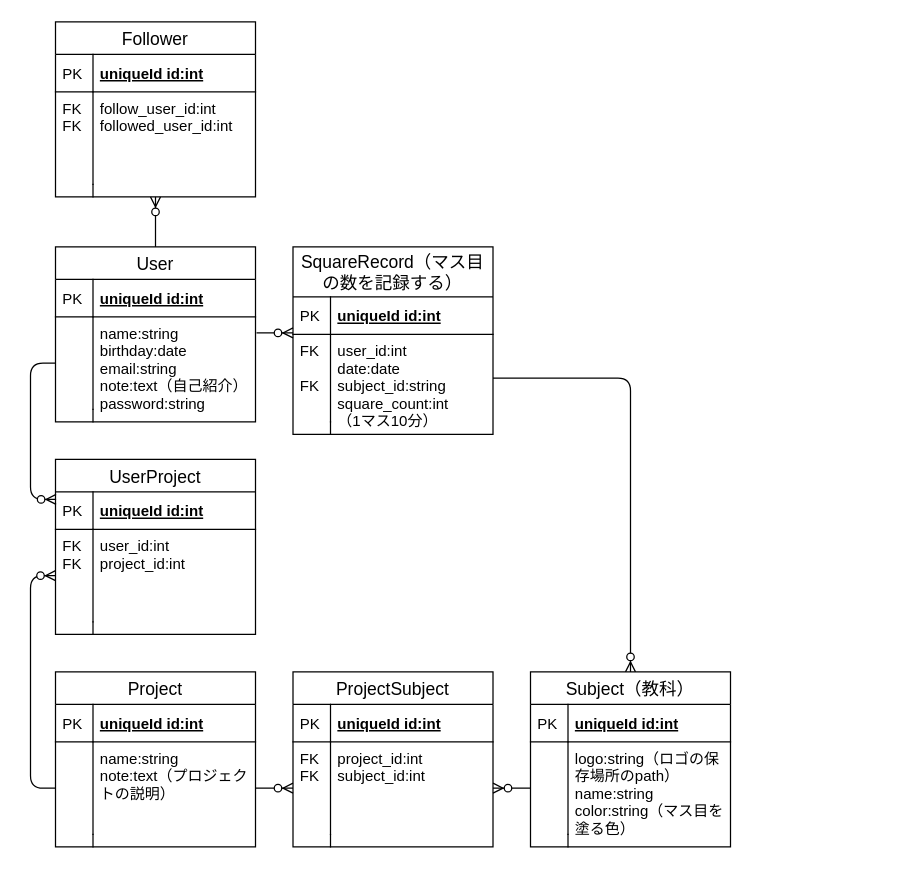
Above: draw.io/er.drawio in paraizo2424/codebase-hackathon-vol1-team-colors (draw.io), before the change. Source tidied: cells renumbered, new cells numbered last; positions are measured from the earlier drawing's top-left corner, leaving out a move shared by most shapes. Both pictures are drawn from the tidied source at 125%, with x=0, y=0 at pixel (55, 21).
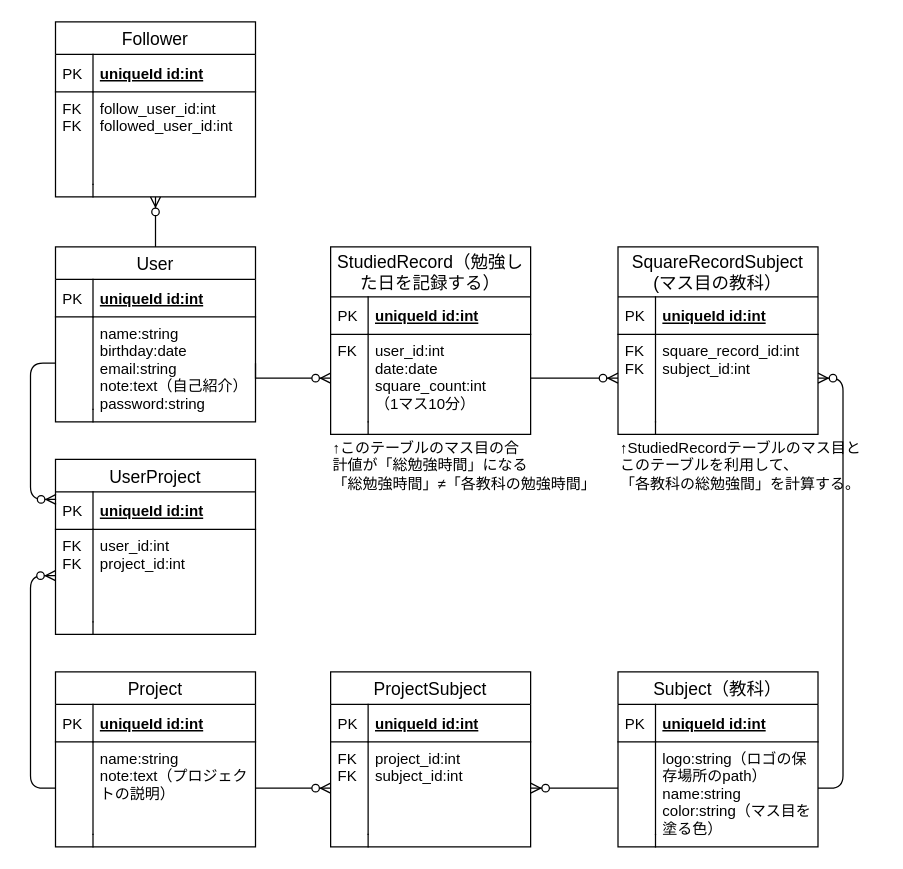
Above is the later version.

Commit message:
複数の教科を同時に選択した場合の勉強時間を記録する

The change refers to these unchanged cells:
```xml
<mxCell id="12" value="name:string&#10;birthday:date&#10;email:string&#10;note:text（自己紹介）&#10;password:string&#10;" style="shape=partialRectangle;top=0;left=0;right=0;bottom=0;align=left;verticalAlign=top;fillColor=none;spacingLeft=34;spacingRight=4;overflow=hidden;points=[[0,0.5],[1,0.5]];portConstraint=eastwest;fontSize=12;" parent="9" vertex="1">
  <mxGeometry y="56" width="160" height="74" as="geometry" />
</mxCell>
<mxCell id="40" value="logo:string（ロゴの保&#10;存場所のpath）&#10;name:string&#10;color:string（マス目を&#10;塗る色）" style="shape=partialRectangle;top=0;left=0;right=0;bottom=0;align=left;verticalAlign=top;fillColor=none;spacingLeft=34;spacingRight=4;overflow=hidden;points=[[0,0.5],[1,0.5]];portConstraint=eastwest;fontSize=12;" parent="37" vertex="1">
  <mxGeometry y="56" width="160" height="74" as="geometry" />
</mxCell>
```

Diff of the diagram source:
```diff
@@
-    <mxCell id="2" style="edgeStyle=orthogonalEdgeStyle;fontSize=12;html=1;endArrow=ERzeroToMany;endFill=1;exitX=1.005;exitY=0.173;exitDx=0;exitDy=0;exitPerimeter=0;elbow=vertical;rounded=1;entryX=0;entryY=0.96;entryDx=0;entryDy=0;entryPerimeter=0;" parent="1" edge="1" source="12" target="45">
-      <mxGeometry relative="1" as="geometry" />
+    <mxCell id="2" style="edgeStyle=orthogonalEdgeStyle;fontSize=12;html=1;endArrow=ERzeroToMany;endFill=1;exitX=1;exitY=0.5;exitDx=0;exitDy=0;elbow=vertical;rounded=0;" parent="1" edge="1" source="12" target="61">
+      <mxGeometry relative="1" as="geometry">
+        <Array as="points">
+          <mxPoint x="160" y="285" />
+        </Array>
+      </mxGeometry>
     </mxCell>
@@
-    <mxCell id="6" style="edgeStyle=orthogonalEdgeStyle;rounded=1;jettySize=auto;html=1;entryX=0.5;entryY=0;entryDx=0;entryDy=0;endArrow=ERzeroToMany;endFill=1;" parent="1" edge="1" source="47" target="37">
-      <mxGeometry relative="1" as="geometry" />
-    </mxCell>
@@
+    <mxCell id="51" value="Follower" style="swimlane;fontStyle=0;horizontal=1;startSize=26;align=center;fontSize=14;" parent="1" vertex="1">
+      <mxGeometry x="-0.1" width="160" height="140" as="geometry" />
+    </mxCell>
+    <mxCell id="52" value="uniqueId id:int" style="shape=partialRectangle;top=0;left=0;right=0;bottom=1;align=left;verticalAlign=middle;fillColor=none;spacingLeft=34;spacingRight=4;overflow=hidden;fontStyle=5;fontSize=12;" parent="51" vertex="1">
+      <mxGeometry y="26" width="160" height="30" as="geometry" />
+    </mxCell>
+    <mxCell id="53" value="PK" style="shape=partialRectangle;top=0;left=0;bottom=0;fillColor=none;align=left;verticalAlign=middle;spacingLeft=4;spacingRight=4;overflow=hidden;fontSize=12;" parent="52" vertex="1">
+      <mxGeometry width="30" height="30" as="geometry" />
+    </mxCell>
+    <mxCell id="54" value="follow_user_id:int&#10;followed_user_id:int" style="shape=partialRectangle;top=0;left=0;right=0;bottom=0;align=left;verticalAlign=top;fillColor=none;spacingLeft=34;spacingRight=4;overflow=hidden;fontSize=12;" parent="51" vertex="1">
+      <mxGeometry y="56" width="160" height="74" as="geometry" />
+    </mxCell>
+    <mxCell id="55" value="FK&#10;FK" style="shape=partialRectangle;top=0;left=0;bottom=0;fillColor=none;align=left;verticalAlign=top;spacingLeft=4;spacingRight=4;overflow=hidden;fontSize=12;" parent="54" vertex="1">
+      <mxGeometry width="30" height="74" as="geometry" />
+    </mxCell>
+    <mxCell id="56" style="shape=partialRectangle;top=0;left=0;right=0;bottom=0;align=left;verticalAlign=top;fillColor=none;spacingLeft=34;spacingRight=4;overflow=hidden;fontSize=12;" parent="51" vertex="1">
+      <mxGeometry y="130" width="160" height="10" as="geometry" />
+    </mxCell>
+    <mxCell id="57" style="shape=partialRectangle;top=0;left=0;bottom=0;fillColor=none;align=left;verticalAlign=top;spacingLeft=4;spacingRight=4;overflow=hidden;fontSize=12;" parent="56" vertex="1">
+      <mxGeometry width="30" height="10" as="geometry" />
+    </mxCell>
     <mxCell id="30" value="ProjectSubject" style="swimlane;fontStyle=0;horizontal=1;startSize=26;align=center;fontSize=14;" parent="1" vertex="1">
-      <mxGeometry x="189.9" y="520" width="160" height="140" as="geometry" />
+      <mxGeometry x="220" y="520" width="160" height="140" as="geometry" />
     </mxCell>
@@
+    <mxCell id="58" value="StudiedRecord（勉強し&#10;た日を記録する）" style="swimlane;fontStyle=0;horizontal=1;startSize=40;align=center;fontSize=14;" parent="1" vertex="1">
+      <mxGeometry x="220" y="180" width="160" height="150" as="geometry" />
+    </mxCell>
+    <mxCell id="59" value="uniqueId id:int" style="shape=partialRectangle;top=0;left=0;right=0;bottom=1;align=left;verticalAlign=middle;fillColor=none;spacingLeft=34;spacingRight=4;overflow=hidden;fontStyle=5;fontSize=12;" parent="58" vertex="1">
+      <mxGeometry y="40" width="160" height="30" as="geometry" />
+    </mxCell>
+    <mxCell id="60" value="PK" style="shape=partialRectangle;top=0;left=0;bottom=0;fillColor=none;align=left;verticalAlign=middle;spacingLeft=4;spacingRight=4;overflow=hidden;fontSize=12;" parent="59" vertex="1">
+      <mxGeometry width="30" height="30" as="geometry" />
+    </mxCell>
+    <mxCell id="61" value="user_id:int&#10;date:date&#10;square_count:int&#10;（1マス10分）" style="shape=partialRectangle;top=0;left=0;right=0;bottom=0;align=left;verticalAlign=top;fillColor=none;spacingLeft=34;spacingRight=4;overflow=hidden;points=[[0,0.5],[1,0.5]];portConstraint=eastwest;fontSize=12;" parent="58" vertex="1">
+      <mxGeometry y="70" width="160" height="70" as="geometry" />
+    </mxCell>
+    <mxCell id="62" value="FK&#10;" style="shape=partialRectangle;top=0;left=0;bottom=0;fillColor=none;align=left;verticalAlign=top;spacingLeft=4;spacingRight=4;overflow=hidden;fontSize=12;" parent="61" vertex="1">
+      <mxGeometry width="30" height="70" as="geometry" />
+    </mxCell>
+    <mxCell id="63" style="shape=partialRectangle;top=0;left=0;right=0;bottom=0;align=left;verticalAlign=top;fillColor=none;spacingLeft=34;spacingRight=4;overflow=hidden;fontSize=12;" parent="58" vertex="1">
+      <mxGeometry y="140" width="160" height="10" as="geometry" />
+    </mxCell>
+    <mxCell id="64" style="shape=partialRectangle;top=0;left=0;bottom=0;fillColor=none;align=left;verticalAlign=top;spacingLeft=4;spacingRight=4;overflow=hidden;fontSize=12;" parent="63" vertex="1">
+      <mxGeometry width="30" height="10" as="geometry" />
+    </mxCell>
     <mxCell id="37" value="Subject（教科）" style="swimlane;fontStyle=0;horizontal=1;startSize=26;align=center;fontSize=14;" parent="1" vertex="1">
-      <mxGeometry x="379.9" y="520" width="160" height="140" as="geometry" />
+      <mxGeometry x="449.9" y="520" width="160" height="140" as="geometry" />
     </mxCell>
@@
-    <mxCell id="44" value="SquareRecord（マス目&#10;の数を記録する）" style="swimlane;fontStyle=0;horizontal=1;startSize=40;align=center;fontSize=14;" parent="1" vertex="1">
-      <mxGeometry x="189.9" y="180" width="160" height="150" as="geometry" />
-    </mxCell>
-    <mxCell id="45" value="uniqueId id:int" style="shape=partialRectangle;top=0;left=0;right=0;bottom=1;align=left;verticalAlign=middle;fillColor=none;spacingLeft=34;spacingRight=4;overflow=hidden;points=[[0,0.5],[1,0.5]];portConstraint=eastwest;fontStyle=5;fontSize=12;" parent="44" vertex="1">
-      <mxGeometry y="40" width="160" height="30" as="geometry" />
-    </mxCell>
-    <mxCell id="46" value="PK" style="shape=partialRectangle;top=0;left=0;bottom=0;fillColor=none;align=left;verticalAlign=middle;spacingLeft=4;spacingRight=4;overflow=hidden;fontSize=12;" parent="45" vertex="1">
-      <mxGeometry width="30" height="30" as="geometry" />
-    </mxCell>
-    <mxCell id="47" value="user_id:int&#10;date:date&#10;subject_id:string&#10;square_count:int&#10;（1マス10分）" style="shape=partialRectangle;top=0;left=0;right=0;bottom=0;align=left;verticalAlign=top;fillColor=none;spacingLeft=34;spacingRight=4;overflow=hidden;points=[[0,0.5],[1,0.5]];portConstraint=eastwest;fontSize=12;" parent="44" vertex="1">
-      <mxGeometry y="70" width="160" height="70" as="geometry" />
-    </mxCell>
+    <mxCell id="65" style="edgeStyle=orthogonalEdgeStyle;fontSize=12;html=1;endArrow=ERzeroToMany;endFill=1;elbow=vertical;rounded=0;exitX=1;exitY=0.5;exitDx=0;exitDy=0;entryX=0;entryY=0.5;entryDx=0;entryDy=0;" parent="1" edge="1" source="61" target="70">
+      <mxGeometry relative="1" as="geometry" />
+    </mxCell>
+    <mxCell id="66" style="edgeStyle=orthogonalEdgeStyle;rounded=1;jettySize=auto;html=1;entryX=1;entryY=0.5;entryDx=0;entryDy=0;endArrow=ERzeroToMany;endFill=1;exitX=1;exitY=0.5;exitDx=0;exitDy=0;" parent="1" edge="1" source="40" target="70">
+      <mxGeometry relative="1" as="geometry" />
+    </mxCell>
+    <mxCell id="67" value="SquareRecordSubject&#10;(マス目の教科）" style="swimlane;fontStyle=0;horizontal=1;startSize=40;align=center;fontSize=14;" parent="1" vertex="1">
+      <mxGeometry x="449.9" y="180" width="160" height="150" as="geometry" />
+    </mxCell>
+    <mxCell id="68" value="uniqueId id:int" style="shape=partialRectangle;top=0;left=0;right=0;bottom=1;align=left;verticalAlign=middle;fillColor=none;spacingLeft=34;spacingRight=4;overflow=hidden;fontStyle=5;fontSize=12;" parent="67" vertex="1">
+      <mxGeometry y="40" width="160" height="30" as="geometry" />
+    </mxCell>
+    <mxCell id="69" value="PK" style="shape=partialRectangle;top=0;left=0;bottom=0;fillColor=none;align=left;verticalAlign=middle;spacingLeft=4;spacingRight=4;overflow=hidden;fontSize=12;" parent="68" vertex="1">
+      <mxGeometry width="30" height="30" as="geometry" />
+    </mxCell>
+    <mxCell id="70" value="square_record_id:int&#10;subject_id:int" style="shape=partialRectangle;top=0;left=0;right=0;bottom=0;align=left;verticalAlign=top;fillColor=none;spacingLeft=34;spacingRight=4;overflow=hidden;points=[[0,0.5],[1,0.5]];portConstraint=eastwest;fontSize=12;" parent="67" vertex="1">
+      <mxGeometry y="70" width="160" height="70" as="geometry" />
+    </mxCell>
-    <mxCell id="48" value="FK&#10;&#10;FK" style="shape=partialRectangle;top=0;left=0;bottom=0;fillColor=none;align=left;verticalAlign=top;spacingLeft=4;spacingRight=4;overflow=hidden;fontSize=12;" parent="47" vertex="1">
+    <mxCell id="48" value="FK&#10;FK" style="shape=partialRectangle;top=0;left=0;bottom=0;fillColor=none;align=left;verticalAlign=top;spacingLeft=4;spacingRight=4;overflow=hidden;fontSize=12;" parent="70" vertex="1">
       <mxGeometry width="30" height="70" as="geometry" />
     </mxCell>
-    <mxCell id="49" style="shape=partialRectangle;top=0;left=0;right=0;bottom=0;align=left;verticalAlign=top;fillColor=none;spacingLeft=34;spacingRight=4;overflow=hidden;fontSize=12;" parent="44" vertex="1">
-      <mxGeometry y="140" width="160" height="10" as="geometry" />
-    </mxCell>
-    <mxCell id="50" style="shape=partialRectangle;top=0;left=0;bottom=0;fillColor=none;align=left;verticalAlign=top;spacingLeft=4;spacingRight=4;overflow=hidden;fontSize=12;" parent="49" vertex="1">
-      <mxGeometry width="30" height="10" as="geometry" />
-    </mxCell>
-    <mxCell id="51" value="Follower" style="swimlane;fontStyle=0;horizontal=1;startSize=26;align=center;fontSize=14;" parent="1" vertex="1">
-      <mxGeometry x="-0.1" width="160" height="140" as="geometry" />
-    </mxCell>
-    <mxCell id="52" value="uniqueId id:int" style="shape=partialRectangle;top=0;left=0;right=0;bottom=1;align=left;verticalAlign=middle;fillColor=none;spacingLeft=34;spacingRight=4;overflow=hidden;fontStyle=5;fontSize=12;" parent="51" vertex="1">
-      <mxGeometry y="26" width="160" height="30" as="geometry" />
-    </mxCell>
-    <mxCell id="53" value="PK" style="shape=partialRectangle;top=0;left=0;bottom=0;fillColor=none;align=left;verticalAlign=middle;spacingLeft=4;spacingRight=4;overflow=hidden;fontSize=12;" parent="52" vertex="1">
-      <mxGeometry width="30" height="30" as="geometry" />
-    </mxCell>
-    <mxCell id="54" value="follow_user_id:int&#10;followed_user_id:int" style="shape=partialRectangle;top=0;left=0;right=0;bottom=0;align=left;verticalAlign=top;fillColor=none;spacingLeft=34;spacingRight=4;overflow=hidden;fontSize=12;" parent="51" vertex="1">
-      <mxGeometry y="56" width="160" height="74" as="geometry" />
-    </mxCell>
-    <mxCell id="55" value="FK&#10;FK" style="shape=partialRectangle;top=0;left=0;bottom=0;fillColor=none;align=left;verticalAlign=top;spacingLeft=4;spacingRight=4;overflow=hidden;fontSize=12;" parent="54" vertex="1">
-      <mxGeometry width="30" height="74" as="geometry" />
-    </mxCell>
-    <mxCell id="56" style="shape=partialRectangle;top=0;left=0;right=0;bottom=0;align=left;verticalAlign=top;fillColor=none;spacingLeft=34;spacingRight=4;overflow=hidden;fontSize=12;" parent="51" vertex="1">
-      <mxGeometry y="130" width="160" height="10" as="geometry" />
-    </mxCell>
-    <mxCell id="57" style="shape=partialRectangle;top=0;left=0;bottom=0;fillColor=none;align=left;verticalAlign=top;spacingLeft=4;spacingRight=4;overflow=hidden;fontSize=12;" parent="56" vertex="1">
-      <mxGeometry width="30" height="10" as="geometry" />
-    </mxCell>
+    <mxCell id="71" style="shape=partialRectangle;top=0;left=0;right=0;bottom=0;align=left;verticalAlign=top;fillColor=none;spacingLeft=34;spacingRight=4;overflow=hidden;fontSize=12;" parent="67" vertex="1">
+      <mxGeometry y="140" width="160" height="10" as="geometry" />
+    </mxCell>
+    <mxCell id="72" style="shape=partialRectangle;top=0;left=0;bottom=0;fillColor=none;align=left;verticalAlign=top;spacingLeft=4;spacingRight=4;overflow=hidden;fontSize=12;" parent="71" vertex="1">
+      <mxGeometry width="30" height="10" as="geometry" />
+    </mxCell>
+    <mxCell id="73" value="↑このテーブルのマス目の合&lt;br&gt;計値が「総勉強時間」になる&lt;br&gt;「総勉強時間」≠「各教科の勉強時間」" style="text;html=1;align=left;verticalAlign=middle;" parent="1" vertex="1">
+      <mxGeometry x="220" y="330" width="230" height="50" as="geometry" />
+    </mxCell>
+    <mxCell id="74" value="↑StudiedRecordテーブルのマス目と&lt;br&gt;このテーブルを利用して、&lt;br&gt;「各教科の総勉強間」を計算する。" style="text;html=1;align=left;verticalAlign=middle;" parent="1" vertex="1">
+      <mxGeometry x="449.9" y="330" width="210" height="50" as="geometry" />
+    </mxCell>
```
